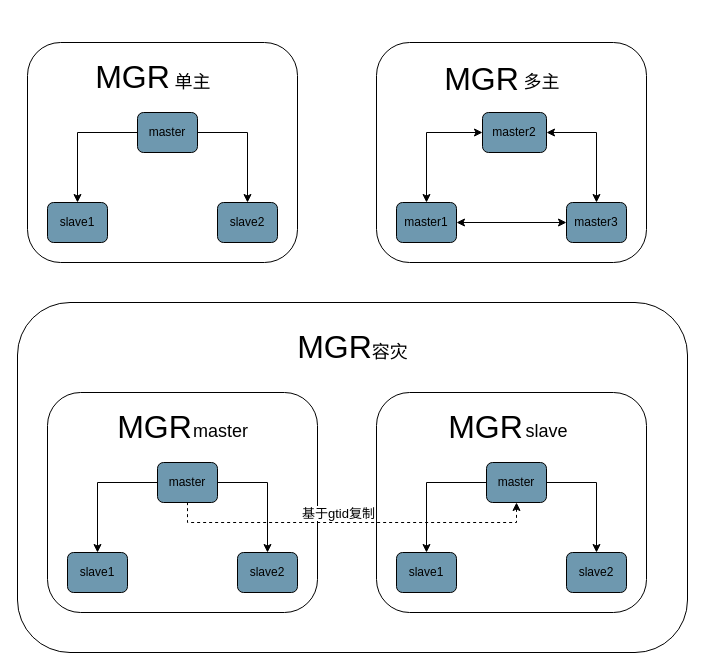
Before: page "MGR" (2 of 4) of dbscan/dbscan.drawio in maopashui/drawio, a draw.io diagram. Source tidied: cells renumbered, new cells numbered last; positions are measured from the earlier drawing's top-left corner, leaving out a move shared by most shapes. Both pictures are drawn from the tidied source at 100%, with x=0, y=0 at pixel (17, 17).
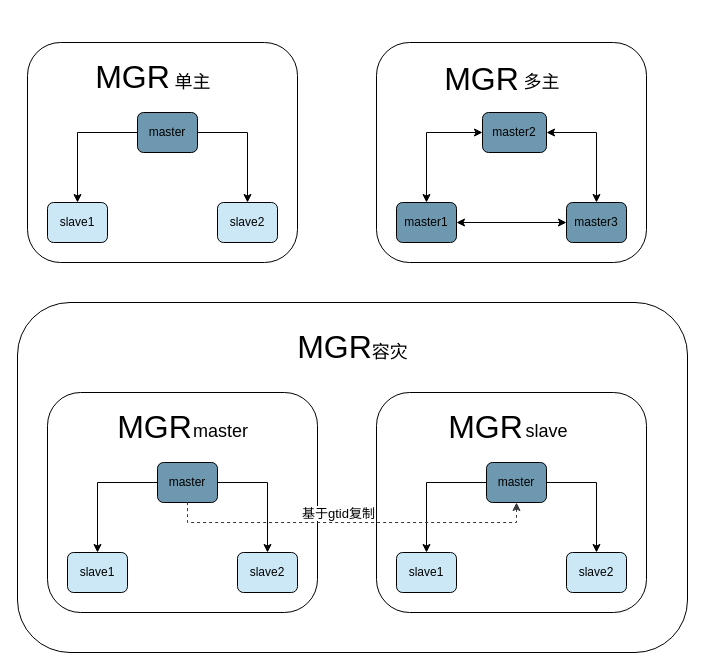
The same page after the edit.

Unchanged cells that the change refers to:
```xml
<mxCell id="26" value="master" style="rounded=1;whiteSpace=wrap;html=1;glass=0;fillColor=#6E98AF;" parent="1" vertex="1">
  <mxGeometry x="140" y="445" width="60" height="40" as="geometry" />
</mxCell>
<mxCell id="34" value="master" style="rounded=1;whiteSpace=wrap;html=1;glass=0;fillColor=#6E98AF;" parent="1" vertex="1">
  <mxGeometry x="469" y="445" width="60" height="40" as="geometry" />
</mxCell>
```

Change to the diagram source:
```diff
@@
-    <mxCell id="3" value="slave1" style="rounded=1;whiteSpace=wrap;html=1;glass=0;fillColor=#6E98AF;" parent="1" vertex="1">
+    <mxCell id="3" value="slave1" style="rounded=1;whiteSpace=wrap;html=1;glass=0;fillColor=#CCE8F6;" parent="1" vertex="1">
       <mxGeometry x="30" y="185" width="60" height="40" as="geometry" />
     </mxCell>
-    <mxCell id="4" value="slave2" style="rounded=1;whiteSpace=wrap;html=1;glass=0;fillColor=#6E98AF;" parent="1" vertex="1">
+    <mxCell id="4" value="slave2" style="rounded=1;whiteSpace=wrap;html=1;glass=0;fillColor=#CCE8F6;" parent="1" vertex="1">
       <mxGeometry x="200" y="185" width="60" height="40" as="geometry" />
     </mxCell>
@@
-    <mxCell id="22" value="slave1" style="rounded=1;whiteSpace=wrap;html=1;glass=0;fillColor=#6E98AF;" parent="1" vertex="1">
+    <mxCell id="22" value="slave1" style="rounded=1;whiteSpace=wrap;html=1;glass=0;fillColor=#CCE8F6;" parent="1" vertex="1">
       <mxGeometry x="50" y="535" width="60" height="40" as="geometry" />
     </mxCell>
-    <mxCell id="23" value="slave2" style="rounded=1;whiteSpace=wrap;html=1;glass=0;fillColor=#6E98AF;" parent="1" vertex="1">
+    <mxCell id="23" value="slave2" style="rounded=1;whiteSpace=wrap;html=1;glass=0;fillColor=#CCE8F6;" parent="1" vertex="1">
       <mxGeometry x="220" y="535" width="60" height="40" as="geometry" />
     </mxCell>
@@
-    <mxCell id="28" value="slave1" style="rounded=1;whiteSpace=wrap;html=1;glass=0;fillColor=#6E98AF;" parent="1" vertex="1">
+    <mxCell id="28" value="slave1" style="rounded=1;whiteSpace=wrap;html=1;glass=0;fillColor=#CCE8F6;" parent="1" vertex="1">
       <mxGeometry x="379" y="535" width="60" height="40" as="geometry" />
     </mxCell>
-    <mxCell id="29" value="slave2" style="rounded=1;whiteSpace=wrap;html=1;glass=0;fillColor=#6E98AF;" parent="1" vertex="1">
+    <mxCell id="29" value="slave2" style="rounded=1;whiteSpace=wrap;html=1;glass=0;fillColor=#CCE8F6;" parent="1" vertex="1">
       <mxGeometry x="549" y="535" width="60" height="40" as="geometry" />
     </mxCell>
@@
-    <mxCell id="32" style="edgeStyle=orthogonalEdgeStyle;rounded=0;jettySize=auto;html=1;entryX=0.5;entryY=1;entryDx=0;entryDy=0;dashed=1;fontFamily=Helvetica;fontSize=18;startArrow=classic;startFill=1;endArrow=none;endFill=0;" parent="1" edge="1" source="34" target="26">
+    <mxCell id="32" style="edgeStyle=orthogonalEdgeStyle;rounded=0;jettySize=auto;html=1;entryX=0.5;entryY=1;entryDx=0;entryDy=0;dashed=1;fontFamily=Helvetica;fontSize=18;startArrow=classic;startFill=1;endArrow=none;endFill=0;fillColor=#cdeb8b;strokeColor=#36393d;" parent="1" edge="1" source="34" target="26">
       <mxGeometry relative="1" as="geometry">
         <Array as="points">
           <mxPoint x="499" y="505" />
           <mxPoint x="170" y="505" />
         </Array>
       </mxGeometry>
     </mxCell>
```
